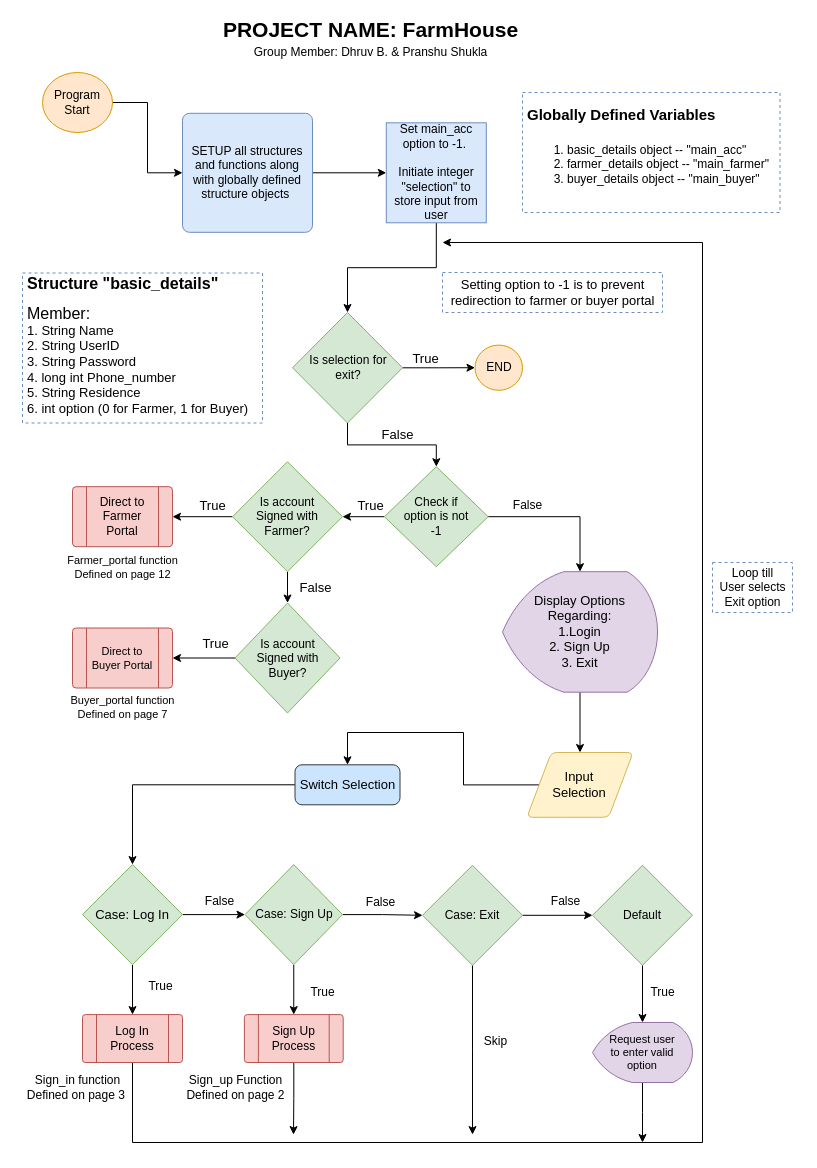
dhruvbanerjee77/FARMHOUSE-A-Marketing-Portal keeps this draw.io diagram as page "Page-1" (1 of 2) of Flow Charts/1. Main_Function.drawio. Above is the earlier version. Source tidied: cells renumbered, new cells numbered last; positions are measured from the earlier drawing's top-left corner, leaving out a move shared by most shapes. Both pictures are drawn from the tidied source at 100%, with x=0, y=0 at pixel (17, 22).
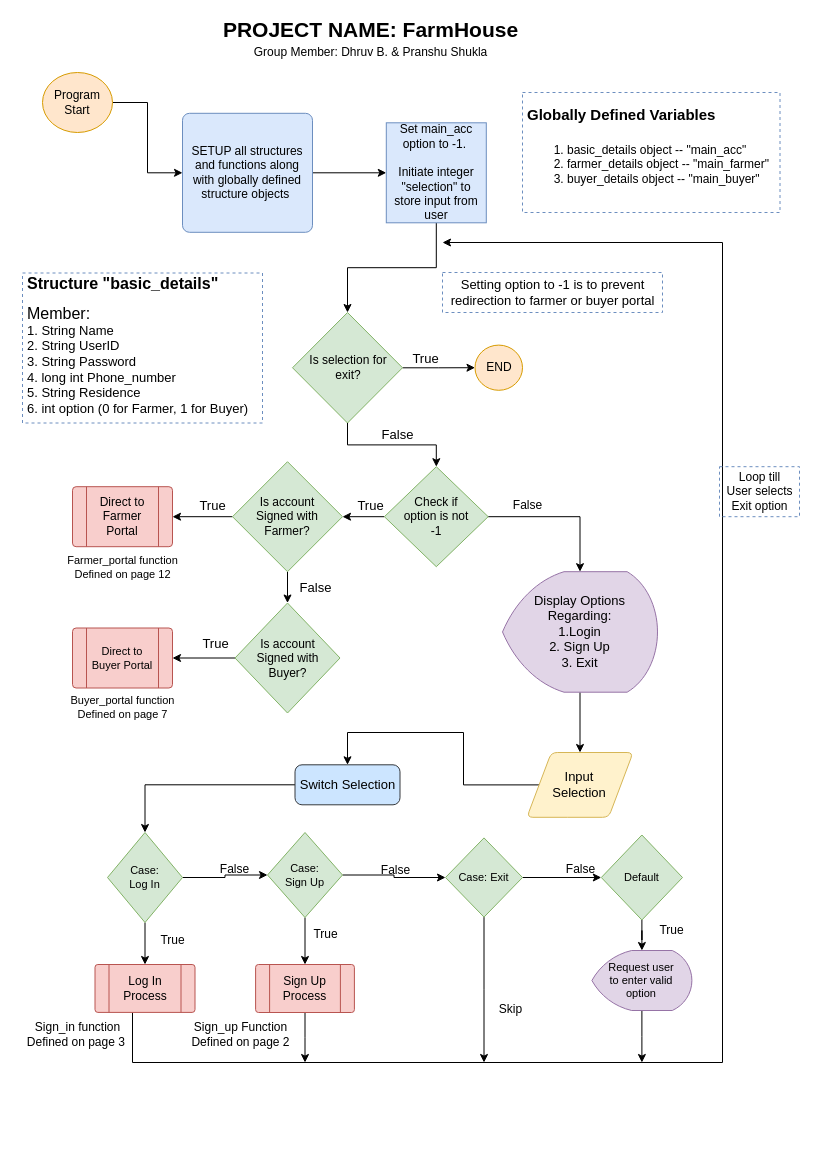
The same page after the edit.

Change to the diagram source:
```diff
@@
-    <mxCell id="24" value="Case: Log In" style="strokeWidth=1;html=1;shape=mxgraph.flowchart.decision;whiteSpace=wrap;fontSize=13;fillColor=#d5e8d4;strokeColor=#82b366;" parent="1" vertex="1">
-      <mxGeometry x="65" y="842.1" width="100" height="100" as="geometry" />
+    <mxCell id="24" value="Case: Log In" style="strokeWidth=1;html=1;shape=mxgraph.flowchart.decision;whiteSpace=wrap;fontSize=11;fillColor=#d5e8d4;strokeColor=#82b366;spacingLeft=15;spacingRight=15;" parent="1" vertex="1">
+      <mxGeometry x="90" y="810" width="75" height="90" as="geometry" />
     </mxCell>
@@
-    <mxCell id="27" value="Case: Sign Up" style="strokeWidth=1;html=1;shape=mxgraph.flowchart.decision;whiteSpace=wrap;fontSize=12;fillColor=#d5e8d4;strokeColor=#82b366;" parent="1" vertex="1">
-      <mxGeometry x="227.5" y="842.1" width="97.5" height="100" as="geometry" />
+    <mxCell id="27" value="Case: Sign Up" style="strokeWidth=1;html=1;shape=mxgraph.flowchart.decision;whiteSpace=wrap;fontSize=11;fillColor=#d5e8d4;strokeColor=#82b366;spacingLeft=15;spacingRight=15;" parent="1" vertex="1">
+      <mxGeometry x="250" y="810" width="75" height="85" as="geometry" />
     </mxCell>
@@
-    <mxCell id="29" style="edgeStyle=orthogonalEdgeStyle;rounded=0;jettySize=auto;html=1;" parent="1" edge="1" source="30">
-      <mxGeometry relative="1" as="geometry">
-        <mxPoint x="455" y="1112.1" as="targetPoint" />
-      </mxGeometry>
-    </mxCell>
+    <mxCell id="69" style="edgeStyle=orthogonalEdgeStyle;rounded=0;jettySize=auto;html=1;fontSize=11;" parent="1" edge="1" source="30">
+      <mxGeometry relative="1" as="geometry">
+        <mxPoint x="466.5" y="1040" as="targetPoint" />
+      </mxGeometry>
+    </mxCell>
-    <mxCell id="30" value="Case: Exit" style="strokeWidth=1;html=1;shape=mxgraph.flowchart.decision;whiteSpace=wrap;fontSize=12;fillColor=#d5e8d4;strokeColor=#82b366;" parent="1" vertex="1">
-      <mxGeometry x="405" y="842.8" width="100" height="100" as="geometry" />
+    <mxCell id="30" value="Case: Exit" style="strokeWidth=1;html=1;shape=mxgraph.flowchart.decision;whiteSpace=wrap;fontSize=11;fillColor=#d5e8d4;strokeColor=#82b366;" parent="1" vertex="1">
+      <mxGeometry x="428" y="815.4" width="77" height="79.2" as="geometry" />
     </mxCell>
@@
-    <mxCell id="32" value="Default" style="strokeWidth=1;html=1;shape=mxgraph.flowchart.decision;whiteSpace=wrap;fontSize=12;fillColor=#d5e8d4;strokeColor=#82b366;" parent="1" vertex="1">
-      <mxGeometry x="575" y="842.8" width="100" height="100" as="geometry" />
+    <mxCell id="32" value="Default" style="strokeWidth=1;html=1;shape=mxgraph.flowchart.decision;whiteSpace=wrap;fontSize=11;fillColor=#d5e8d4;strokeColor=#82b366;" parent="1" vertex="1">
+      <mxGeometry x="583.8" y="812.5" width="81.2" height="85" as="geometry" />
     </mxCell>
     <mxCell id="33" style="edgeStyle=orthogonalEdgeStyle;rounded=0;jettySize=auto;html=1;" parent="1" edge="1" source="34">
       <mxGeometry relative="1" as="geometry">
         <mxPoint x="425" y="220" as="targetPoint" />
         <Array as="points">
-          <mxPoint x="115" y="1120" />
-          <mxPoint x="685" y="1120" />
-          <mxPoint x="685" y="220" />
+          <mxPoint x="115" y="1040" />
+          <mxPoint x="705" y="1040" />
+          <mxPoint x="705" y="220" />
         </Array>
       </mxGeometry>
     </mxCell>
     <mxCell id="34" value="Log In Process" style="verticalLabelPosition=middle;verticalAlign=middle;html=1;shape=process;whiteSpace=wrap;rounded=1;size=0.14;arcSize=6;fontSize=12;labelPosition=center;align=center;fillColor=#f8cecc;strokeColor=#b85450;" parent="1" vertex="1">
-      <mxGeometry x="65" y="992.1" width="100" height="47.9" as="geometry" />
+      <mxGeometry x="77.5" y="942" width="100" height="47.9" as="geometry" />
     </mxCell>
-    <mxCell id="35" style="edgeStyle=orthogonalEdgeStyle;rounded=0;jettySize=auto;html=1;" parent="1" edge="1" source="36">
-      <mxGeometry relative="1" as="geometry">
-        <mxPoint x="276" y="1112.1" as="targetPoint" />
-      </mxGeometry>
-    </mxCell>
+    <mxCell id="70" style="edgeStyle=orthogonalEdgeStyle;rounded=0;jettySize=auto;html=1;fontSize=11;" parent="1" edge="1" source="36">
+      <mxGeometry relative="1" as="geometry">
+        <mxPoint x="287.5" y="1040" as="targetPoint" />
+      </mxGeometry>
+    </mxCell>
     <mxCell id="36" value="Sign Up Process" style="verticalLabelPosition=middle;verticalAlign=middle;html=1;shape=process;whiteSpace=wrap;rounded=1;size=0.14;arcSize=6;fontSize=12;labelPosition=center;align=center;fillColor=#f8cecc;strokeColor=#b85450;" parent="1" vertex="1">
-      <mxGeometry x="226.9" y="992.1" width="98.8" height="47.9" as="geometry" />
+      <mxGeometry x="238.1" y="942" width="98.8" height="48" as="geometry" />
     </mxCell>
@@
     <mxCell id="55" value="True" style="text;html=1;align=center;verticalAlign=middle;fontSize=12;" parent="1" vertex="1">
-      <mxGeometry x="123" y="954.1" width="40" height="20" as="geometry" />
+      <mxGeometry x="135" y="908" width="40" height="20" as="geometry" />
     </mxCell>
     <mxCell id="56" value="True" style="text;html=1;align=center;verticalAlign=middle;fontSize=12;" parent="1" vertex="1">
-      <mxGeometry x="285" y="960.1" width="40" height="20" as="geometry" />
+      <mxGeometry x="287.5" y="902" width="40" height="20" as="geometry" />
     </mxCell>
     <mxCell id="57" value="False" style="text;html=1;align=center;verticalAlign=middle;fontSize=12;" parent="1" vertex="1">
-      <mxGeometry x="177" y="869.1" width="50" height="20" as="geometry" />
+      <mxGeometry x="192" y="837" width="50" height="20" as="geometry" />
     </mxCell>
     <mxCell id="58" value="False" style="text;html=1;align=center;verticalAlign=middle;fontSize=12;" parent="1" vertex="1">
-      <mxGeometry x="338" y="870.1" width="50" height="20" as="geometry" />
+      <mxGeometry x="353" y="838" width="50" height="20" as="geometry" />
     </mxCell>
     <mxCell id="59" value="Skip" style="text;html=1;align=center;verticalAlign=middle;fontSize=12;" parent="1" vertex="1">
-      <mxGeometry x="457.5" y="1009.1" width="40" height="20" as="geometry" />
+      <mxGeometry x="472.5" y="977" width="40" height="20" as="geometry" />
     </mxCell>
     <mxCell id="60" value="False" style="text;html=1;align=center;verticalAlign=middle;fontSize=12;" parent="1" vertex="1">
-      <mxGeometry x="523" y="869.1" width="50" height="20" as="geometry" />
+      <mxGeometry x="538" y="837" width="50" height="20" as="geometry" />
     </mxCell>
     <mxCell id="61" value="True" style="text;html=1;align=center;verticalAlign=middle;fontSize=12;" parent="1" vertex="1">
-      <mxGeometry x="625" y="960.1" width="40" height="20" as="geometry" />
+      <mxGeometry x="634.4" y="897.5" width="40" height="20" as="geometry" />
     </mxCell>
     <mxCell id="62" value="Loop till&lt;br&gt;User selects&lt;br&gt;Exit option" style="text;html=1;align=center;verticalAlign=middle;fontSize=12;direction=east;fillColor=none;strokeColor=#6c8ebf;dashed=1;" parent="1" vertex="1">
-      <mxGeometry x="695" y="540" width="80" height="50" as="geometry" />
+      <mxGeometry x="702" y="444.2" width="80" height="50" as="geometry" />
     </mxCell>
@@
     <mxCell id="65" value="Sign_in function&lt;br&gt;Defined on page 3&amp;nbsp;" style="text;html=1;align=center;verticalAlign=middle;fontSize=12;" parent="1" vertex="1">
-      <mxGeometry y="1050" width="120" height="30" as="geometry" />
+      <mxGeometry y="997" width="120" height="30" as="geometry" />
     </mxCell>
     <mxCell id="66" value="Sign_up Function&lt;br&gt;Defined on page 2" style="text;html=1;align=center;verticalAlign=middle;fontSize=12;" parent="1" vertex="1">
-      <mxGeometry x="162.5" y="1050" width="110" height="30" as="geometry" />
+      <mxGeometry x="167.5" y="997" width="110" height="30" as="geometry" />
     </mxCell>
-    <mxCell id="67" style="edgeStyle=orthogonalEdgeStyle;rounded=0;jettySize=auto;html=1;fontSize=10;" parent="1" edge="1" source="68">
-      <mxGeometry relative="1" as="geometry">
-        <mxPoint x="625" y="1120" as="targetPoint" />
-      </mxGeometry>
-    </mxCell>
+    <mxCell id="71" style="edgeStyle=orthogonalEdgeStyle;rounded=0;jettySize=auto;html=1;fontSize=11;" parent="1" edge="1" source="68">
+      <mxGeometry relative="1" as="geometry">
+        <mxPoint x="624.4" y="1040" as="targetPoint" />
+      </mxGeometry>
+    </mxCell>
     <mxCell id="68" value="Request user to enter valid option" style="strokeWidth=1;html=1;shape=mxgraph.flowchart.display;whiteSpace=wrap;labelBackgroundColor=none;fontSize=11;spacing=2;spacingLeft=15;spacingRight=15;fillColor=#e1d5e7;strokeColor=#9673a6;" parent="1" vertex="1">
-      <mxGeometry x="575" y="1000" width="100" height="60" as="geometry" />
+      <mxGeometry x="574.4" y="928" width="100" height="60" as="geometry" />
     </mxCell>
```
